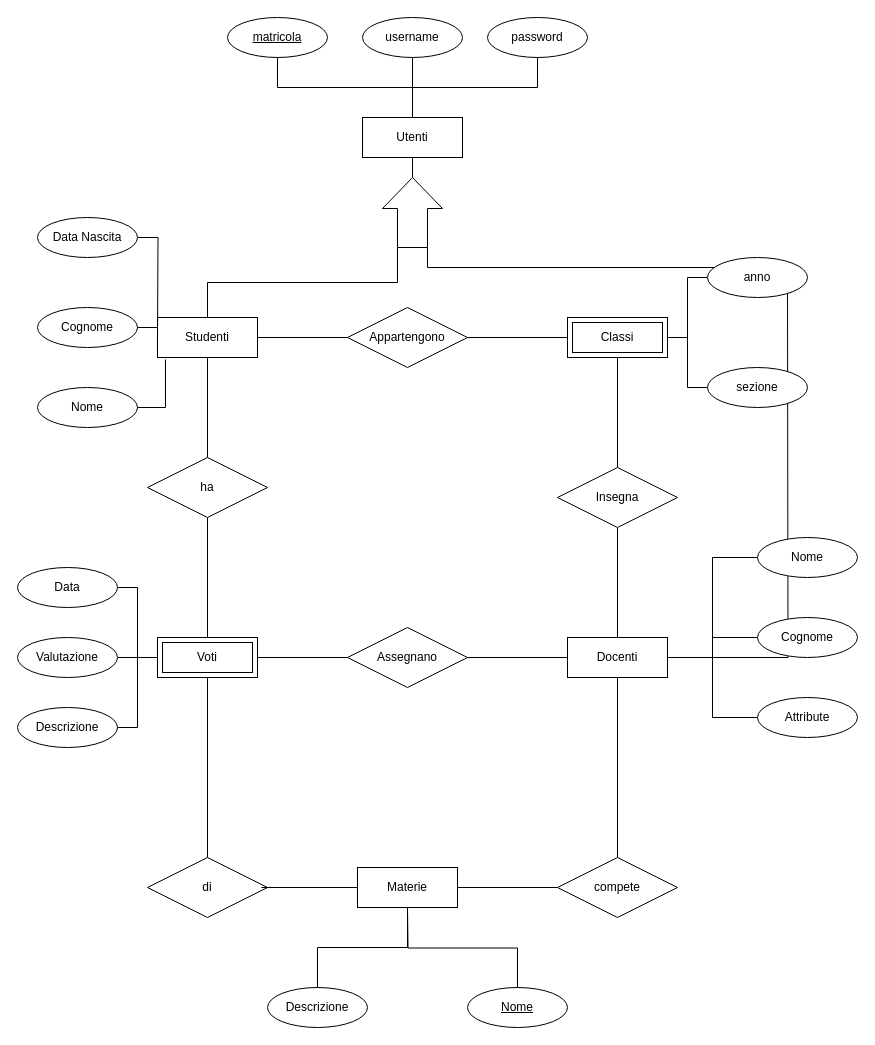
Above: schema er.drawio in nicolo9728/registro_elettronico (draw.io), before the change. Source tidied: cells renumbered, new cells numbered last; positions are measured from the earlier drawing's top-left corner, leaving out a move shared by most shapes. Both pictures are drawn from the tidied source at 100%, with x=0, y=0 at pixel (17, 17).
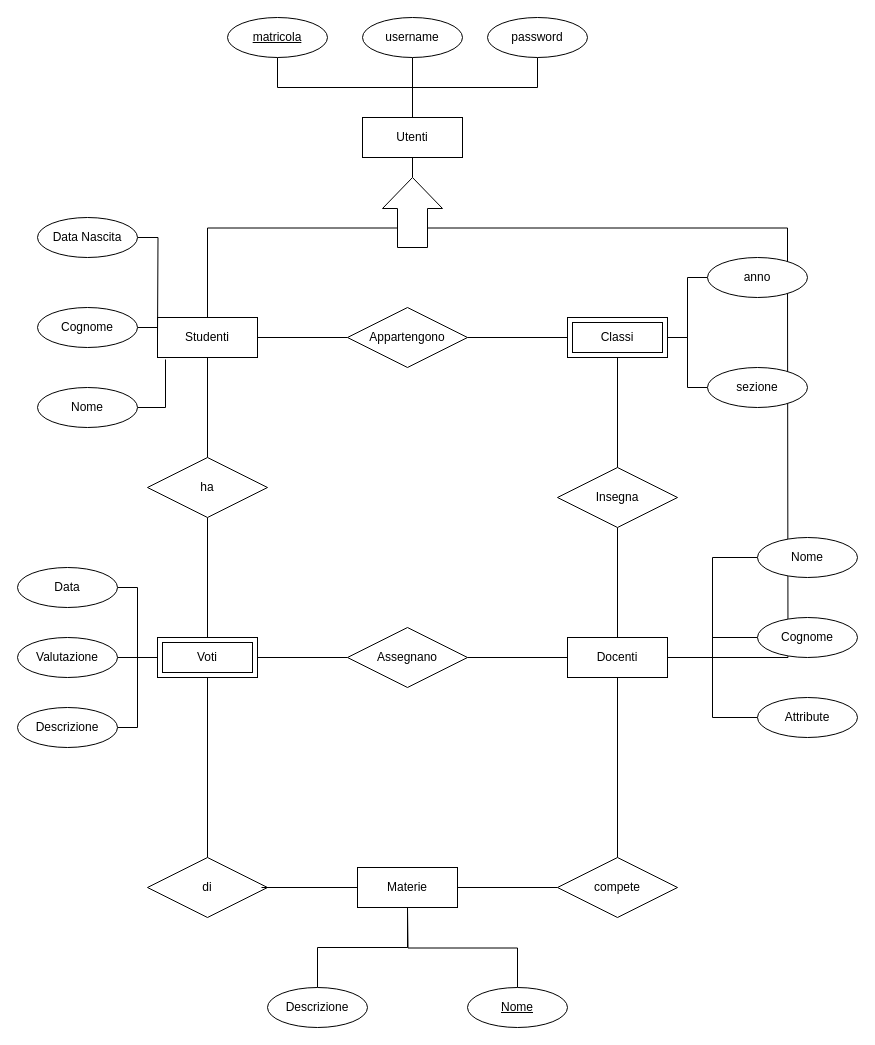
Above is the later version.

The change refers to these unchanged cells:
```xml
<mxCell id="10" value="Studenti" style="whiteSpace=wrap;html=1;align=center;" parent="1" vertex="1">
  <mxGeometry x="140" y="300" width="100" height="40" as="geometry" />
</mxCell>
<mxCell id="37" style="shape=singleArrow;direction=north;whiteSpace=wrap;html=1;arrowWidth=0.5;arrowSize=0.44285714285714284;" parent="1" vertex="1">
  <mxGeometry x="365" y="160" width="60" height="70" as="geometry" />
</mxCell>
```

Change to the diagram source:
```diff
@@
-    <mxCell id="35" style="edgeStyle=orthogonalEdgeStyle;rounded=0;jettySize=auto;html=1;exitX=0;exitY=0;exitDx=0;exitDy=15;exitPerimeter=0;endArrow=none;endFill=0;" parent="1" edge="1" source="37" target="10">
+    <mxCell id="35" style="edgeStyle=orthogonalEdgeStyle;rounded=0;jettySize=auto;html=1;exitX=0;exitY=0;exitDx=19.5;exitDy=15;exitPerimeter=0;endArrow=none;endFill=0;" parent="1" edge="1" source="37" target="10">
       <mxGeometry relative="1" as="geometry" />
     </mxCell>
-    <mxCell id="36" style="edgeStyle=orthogonalEdgeStyle;rounded=0;jettySize=auto;html=1;exitX=0;exitY=0;exitDx=0;exitDy=45;exitPerimeter=0;endArrow=none;endFill=0;" parent="1" edge="1" source="37">
+    <mxCell id="36" style="edgeStyle=orthogonalEdgeStyle;rounded=0;jettySize=auto;html=1;exitX=0;exitY=0;exitDx=19.5;exitDy=45;exitPerimeter=0;endArrow=none;endFill=0;" parent="1" edge="1" source="37">
       <mxGeometry relative="1" as="geometry">
         <mxPoint x="770" y="270" as="targetPoint" />
         <Array as="points">
-          <mxPoint x="410" y="250" />
-          <mxPoint x="770" y="250" />
+          <mxPoint x="770" y="211" />
         </Array>
       </mxGeometry>
     </mxCell>
```
